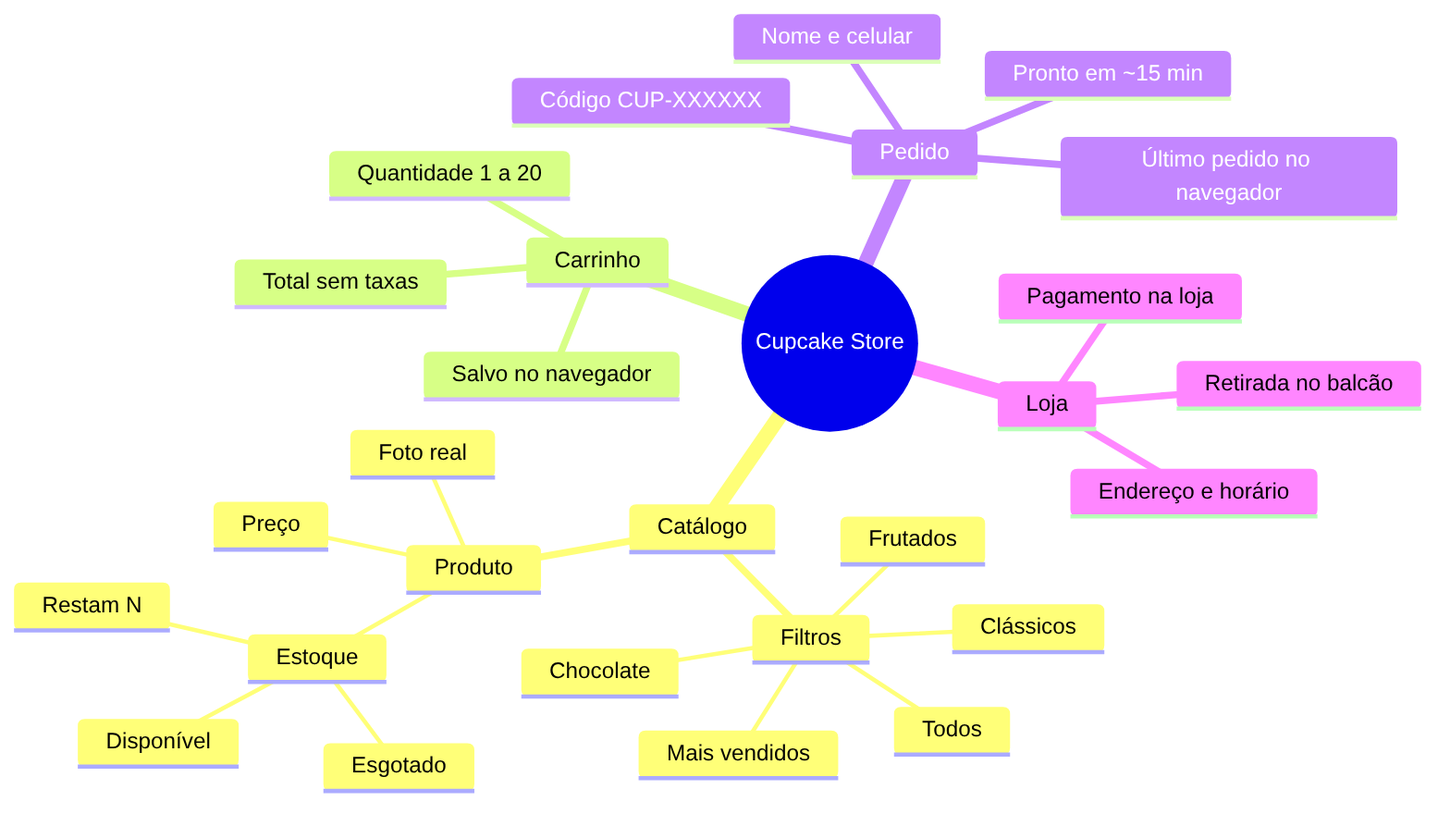
Earlier version of the Mermaid export docs/diagrams/user-flows/conceptual-map.png (tiagopacedev/cupcake-app). Its source is kept beside it as docs/diagrams/user-flows/conceptual-map.mmd.
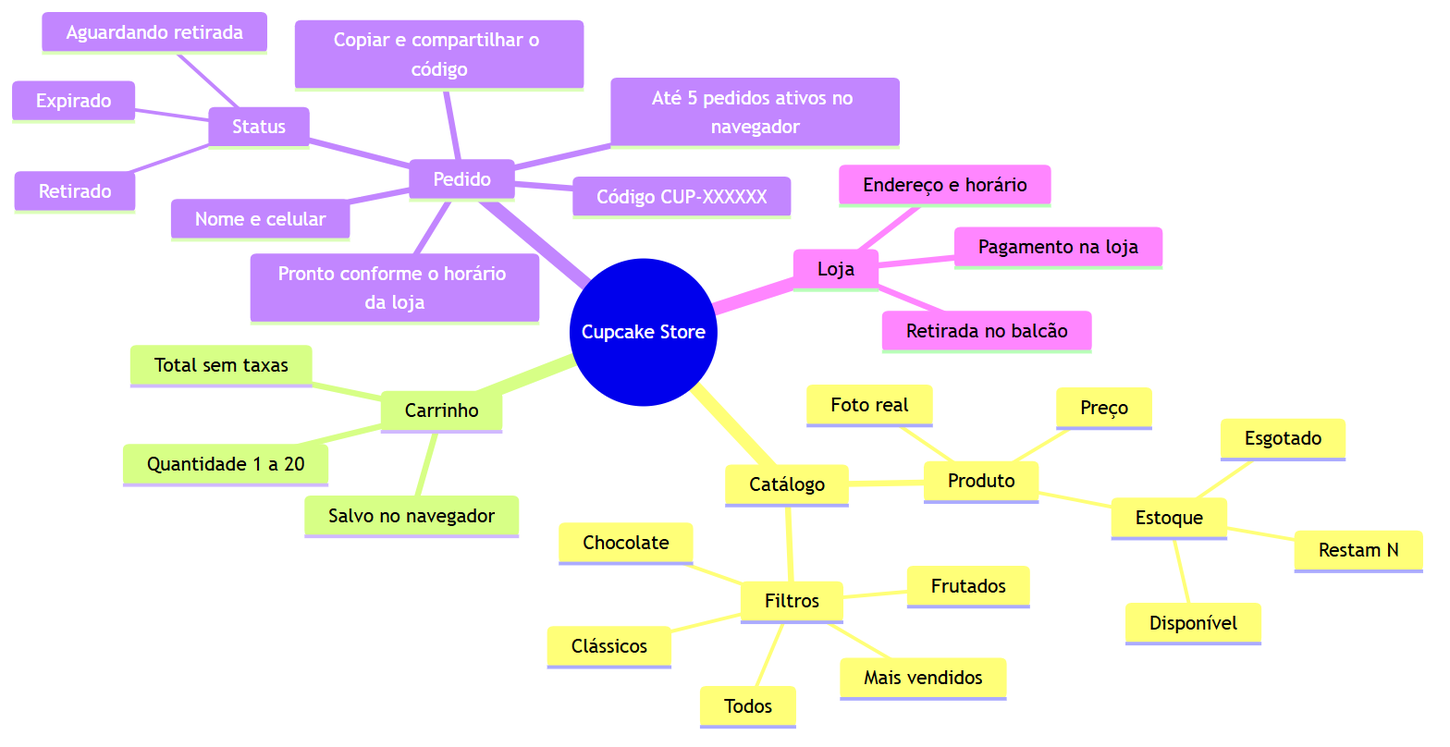
The same file after the commit.

The edit, as a diff of the source:
```diff
@@ -21,8 +21,13 @@
     Pedido
       Nome e celular
       Código CUP-XXXXXX
-      Pronto em ~15 min
-      Último pedido no navegador
+      Pronto conforme o horário da loja
+      Até 5 pedidos ativos no navegador
+      Copiar e compartilhar o código
+      Status
+        Aguardando retirada
+        Retirado
+        Expirado
     Loja
       Retirada no balcão
       Pagamento na loja
```
